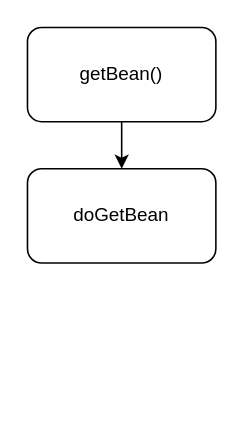
Earlier version of the draw.io diagram page "bean初始化" (2 of 2) of java/spring/spring.drawio (Wooyulin/yulam-fuzzy). Source tidied: cells renumbered, new cells numbered last; positions are measured from the earlier drawing's top-left corner, leaving out a move shared by most shapes. Both pictures are drawn from the tidied source at 157%, with x=0, y=0 at pixel (27, 27).
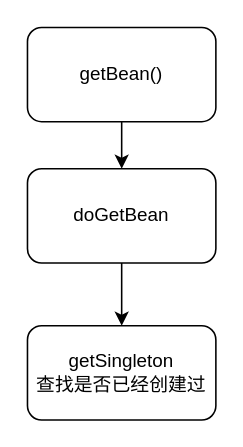
The same page after the edit.

The edit, as a diff of the source:
```diff
@@
 <mxGraphModel>
   <root>
     <mxCell id="0" />
     <mxCell id="1" parent="0" />
     <mxCell id="2" style="edgeStyle=orthogonalEdgeStyle;rounded=0;jettySize=auto;html=1;" parent="1" edge="1" source="3" target="4">
       <mxGeometry relative="1" as="geometry" />
     </mxCell>
     <mxCell id="3" value="getBean()" style="rounded=1;whiteSpace=wrap;html=1;" parent="1" vertex="1">
       <mxGeometry width="120" height="60" as="geometry" />
     </mxCell>
+    <mxCell id="5" style="edgeStyle=orthogonalEdgeStyle;rounded=0;jettySize=auto;html=1;" parent="1" edge="1" source="4" target="6">
+      <mxGeometry relative="1" as="geometry" />
+    </mxCell>
     <mxCell id="4" value="doGetBean" style="rounded=1;whiteSpace=wrap;html=1;" parent="1" vertex="1">
       <mxGeometry y="90" width="120" height="60" as="geometry" />
     </mxCell>
+    <mxCell id="6" value="getSingleton&lt;br&gt;查找是否已经创建过" style="rounded=1;whiteSpace=wrap;html=1;" parent="1" vertex="1">
+      <mxGeometry y="190" width="120" height="60" as="geometry" />
+    </mxCell>
   </root>
 </mxGraphModel>
```
